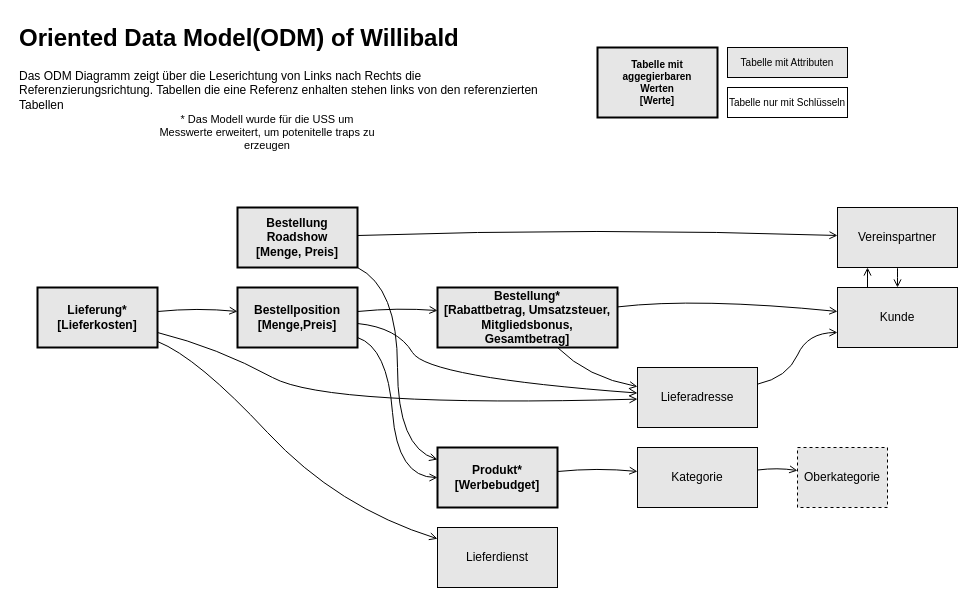
Before: USS_abbildung/ODM_of_willibald.drawio in mattywausb/Willibald-Data, a draw.io diagram. Source tidied: cells renumbered, new cells numbered last; positions are measured from the earlier drawing's top-left corner, leaving out a move shared by most shapes. Both pictures are drawn from the tidied source at 100%, with x=0, y=0 at pixel (17, 17).
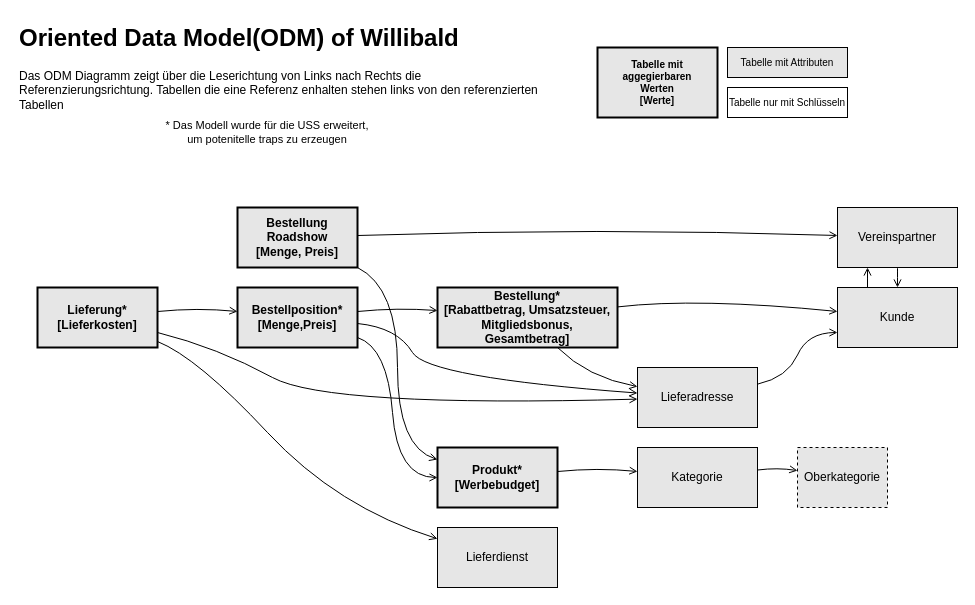
After the change.

Diff of the diagram source:
```diff
@@
-    <mxCell id="4" value="Bestellposition&lt;div&gt;[Menge,Preis]&lt;/div&gt;" style="rounded=0;whiteSpace=wrap;html=1;shadow=0;glass=0;strokeColor=default;strokeWidth=2;align=center;verticalAlign=middle;fontFamily=Helvetica;fontSize=12;fontColor=default;fontStyle=1;fillColor=#E6E6E6;" parent="1" vertex="1">
+    <mxCell id="4" value="Bestellposition*&lt;div&gt;[Menge,Preis]&lt;/div&gt;" style="rounded=0;whiteSpace=wrap;html=1;shadow=0;glass=0;strokeColor=default;strokeWidth=2;align=center;verticalAlign=middle;fontFamily=Helvetica;fontSize=12;fontColor=default;fontStyle=1;fillColor=#E6E6E6;" parent="1" vertex="1">
       <mxGeometry x="220" y="270" width="120" height="60" as="geometry" />
     </mxCell>
@@
-    <mxCell id="32" value="* Das Modell wurde für die USS um Messwerte erweitert, um potenitelle traps zu erzeugen" style="text;html=1;align=center;verticalAlign=middle;whiteSpace=wrap;rounded=0;fontFamily=Helvetica;fontSize=11;fontColor=default;labelBackgroundColor=default;" parent="1" vertex="1">
+    <mxCell id="32" value="* Das Modell wurde für die USS erweitert, um potenitelle traps zu erzeugen" style="text;html=1;align=center;verticalAlign=middle;whiteSpace=wrap;rounded=0;fontFamily=Helvetica;fontSize=11;fontColor=default;labelBackgroundColor=default;" parent="1" vertex="1">
       <mxGeometry x="140" y="100" width="220" height="30" as="geometry" />
     </mxCell>
```
